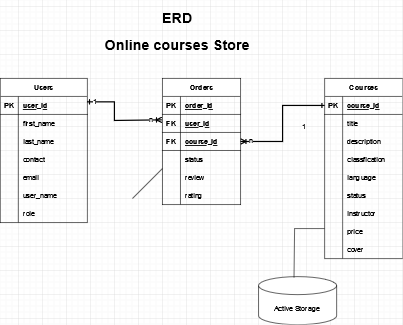
Before: docs/erd.png, a diagram exported from draw.io (ngupange/PamphileNkurunzizaNgenzi_T2A2). Source tidied: cells renumbered, new cells last; positions are measured from the earlier drawing's top-left corner, leaving out a move shared by most shapes.
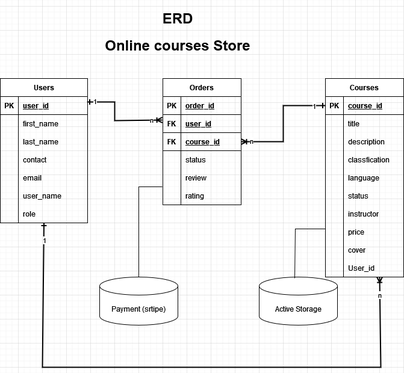
Above is the later version.

What changed in the source:
```diff
@@ -3,7 +3,7 @@
     <mxCell id="0" />
     <mxCell id="1" parent="0" />
     <mxCell id="2" value="Courses" style="shape=table;startSize=30;rowLines=0;fontStyle=1;align=center;" parent="1" vertex="1">
-      <mxGeometry x="540" y="120" width="130" height="300" as="geometry" />
+      <mxGeometry x="540" y="120" width="130" height="330" as="geometry" />
     </mxCell>
     <mxCell id="3" style="shape=partialRectangle;fillColor=none;points=[[0,0.5],[1,0.5]];portConstraint=eastwest;top=0;left=0;right=0;bottom=1;" parent="2" vertex="1">
       <mxGeometry y="30" width="130" height="30" as="geometry" />
@@ -86,6 +86,15 @@
     <mxCell id="29" value="cover" style="shape=partialRectangle;overflow=hidden;fillColor=none;top=0;left=0;bottom=0;right=0;align=left;spacingLeft=6;" parent="27" vertex="1">
       <mxGeometry x="30" width="100" height="30" as="geometry" />
     </mxCell>
+    <mxCell id="79" style="shape=partialRectangle;fillColor=none;top=0;left=0;right=0;bottom=0;" parent="2" vertex="1">
+      <mxGeometry y="300" width="130" height="30" as="geometry" />
+    </mxCell>
+    <mxCell id="80" style="shape=partialRectangle;overflow=hidden;fillColor=none;top=0;left=0;bottom=0;right=0;" parent="79" vertex="1">
+      <mxGeometry width="30" height="30" as="geometry" />
+    </mxCell>
+    <mxCell id="81" value="User_id" style="shape=partialRectangle;overflow=hidden;fillColor=none;top=0;left=0;bottom=0;right=0;align=left;spacingLeft=6;" parent="79" vertex="1">
+      <mxGeometry x="30" width="100" height="30" as="geometry" />
+    </mxCell>
     <mxCell id="30" value="Users" style="shape=table;startSize=30;rowLines=0;fontStyle=1;align=center;" parent="1" vertex="1">
       <mxGeometry y="120" width="145" height="240" as="geometry" />
     </mxCell>
@@ -233,18 +242,12 @@
     </mxCell>
     <mxCell id="75" value="1" style="edgeLabel;html=1;align=center;verticalAlign=middle;" parent="74" vertex="1">
       <mxGeometry x="-0.43" y="1" relative="1" as="geometry">
-        <mxPoint x="21" y="33" as="offset" />
+        <mxPoint x="37" y="-1" as="offset" />
       </mxGeometry>
     </mxCell>
     <mxCell id="76" value="Active Storage" style="shape=cylinder3;whiteSpace=wrap;html=1;boundedLbl=1;backgroundOutline=1;size=15;" parent="1" vertex="1">
       <mxGeometry x="430" y="450" width="130" height="80" as="geometry" />
     </mxCell>
-    <mxCell id="77" style="endArrow=none;html=1;rounded=0;" parent="1" edge="1">
-      <mxGeometry relative="1" as="geometry">
-        <mxPoint x="220" y="320" as="sourcePoint" />
-        <mxPoint x="270" y="270" as="targetPoint" />
-      </mxGeometry>
-    </mxCell>
     <mxCell id="78" style="endArrow=none;html=1;rounded=0;exitX=0.454;exitY=0.025;exitDx=0;exitDy=0;exitPerimeter=0;" parent="1" edge="1" source="76">
       <mxGeometry relative="1" as="geometry">
         <mxPoint x="540" y="370" as="targetPoint" />
@@ -253,5 +256,29 @@
         </Array>
       </mxGeometry>
     </mxCell>
+    <mxCell id="82" value="Payment (srtipe)" style="shape=cylinder3;whiteSpace=wrap;html=1;boundedLbl=1;backgroundOutline=1;size=15;" parent="1" vertex="1">
+      <mxGeometry x="165" y="450" width="130" height="80" as="geometry" />
+    </mxCell>
+    <mxCell id="83" style="endArrow=none;html=1;rounded=0;exitX=0.5;exitY=0;exitDx=0;exitDy=0;exitPerimeter=0;entryX=-0.008;entryY=0;entryDx=0;entryDy=0;entryPerimeter=0;" parent="1" edge="1" source="82" target="69">
+      <mxGeometry relative="1" as="geometry">
+        <Array as="points">
+          <mxPoint x="230" y="300" />
+        </Array>
+      </mxGeometry>
+    </mxCell>
+    <mxCell id="84" value="n" style="endArrow=ERoneToMany;html=1;rounded=0;strokeColor=#000000;strokeWidth=2;endFill=0;startArrow=ERone;startFill=0;exitX=0.5;exitY=1;exitDx=0;exitDy=0;" parent="1" edge="1" source="30">
+      <mxGeometry x="0.94" relative="1" as="geometry">
+        <mxPoint x="630" y="450" as="targetPoint" />
+        <Array as="points">
+          <mxPoint x="70" y="600" />
+          <mxPoint x="632" y="600" />
+        </Array>
+      </mxGeometry>
+    </mxCell>
+    <mxCell id="85" value="1" style="edgeLabel;html=1;align=center;verticalAlign=middle;" parent="84" vertex="1">
+      <mxGeometry x="-0.83" y="2" relative="1" as="geometry">
+        <mxPoint x="-1" y="-53" as="offset" />
+      </mxGeometry>
+    </mxCell>
   </root>
 </mxGraphModel>
```
